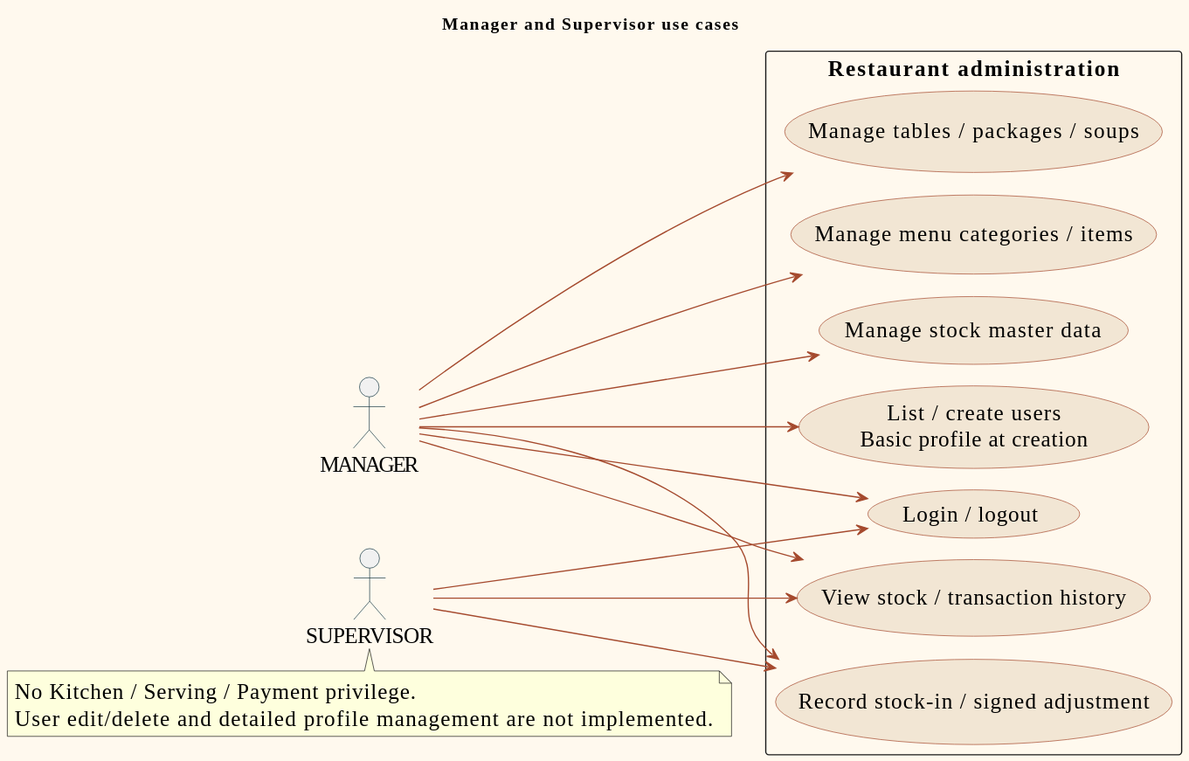
Before: doc/diagrams/previews/use-case-management.svg, a diagram exported from PlantUML (PavaritPramual/buffet-restaurant-management-system).
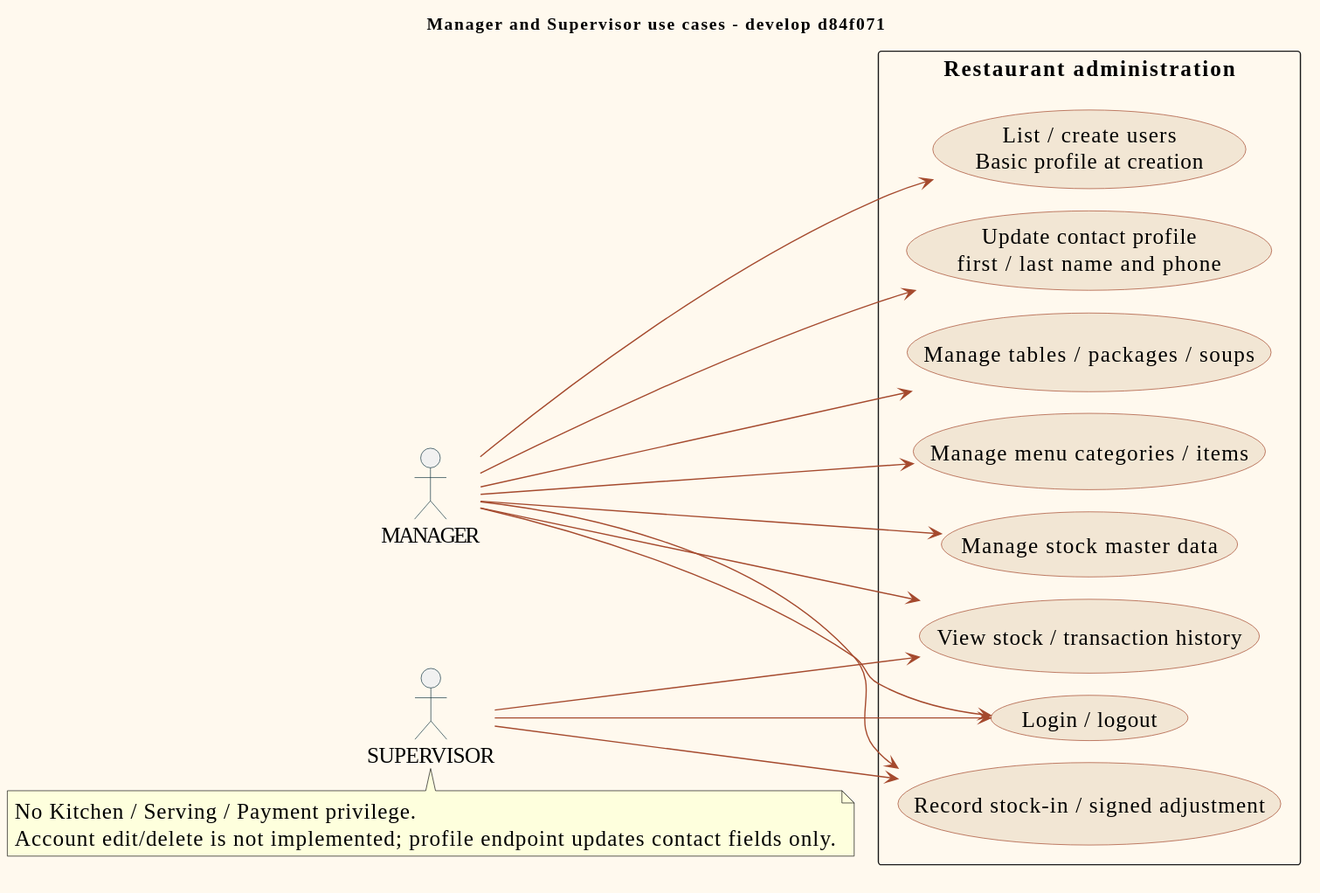
After the commit.

The edit, as a diff of the source:
```diff
@@ -11,13 +11,14 @@
 skinparam actorBorderColor #173A45
 skinparam usecaseBackgroundColor #F2E6D4
 skinparam usecaseBorderColor #A54A2E
-title Manager and Supervisor use cases
+title Manager and Supervisor use cases - develop d84f071
 left to right direction
 actor "MANAGER" as Manager
 actor "SUPERVISOR" as Supervisor
 rectangle "Restaurant administration" {
  usecase "Login / logout" as Login
  usecase "List / create users\nBasic profile at creation" as Users
+ usecase "Update contact profile\nfirst / last name and phone" as Profile
  usecase "Manage tables / packages / soups" as Catalog
  usecase "Manage menu categories / items" as Menu
  usecase "Manage stock master data" as Master
@@ -27,6 +28,7 @@
 Manager --> Login
 Supervisor --> Login
 Manager --> Users
+Manager --> Profile
 Manager --> Catalog
 Manager --> Menu
 Manager --> Master
@@ -36,6 +38,6 @@
 Supervisor --> Move
 note bottom of Supervisor
 No Kitchen / Serving / Payment privilege.
-User edit/delete and detailed profile management are not implemented.
+Account edit/delete is not implemented; profile endpoint updates contact fields only.
 end note
 @enduml
```
